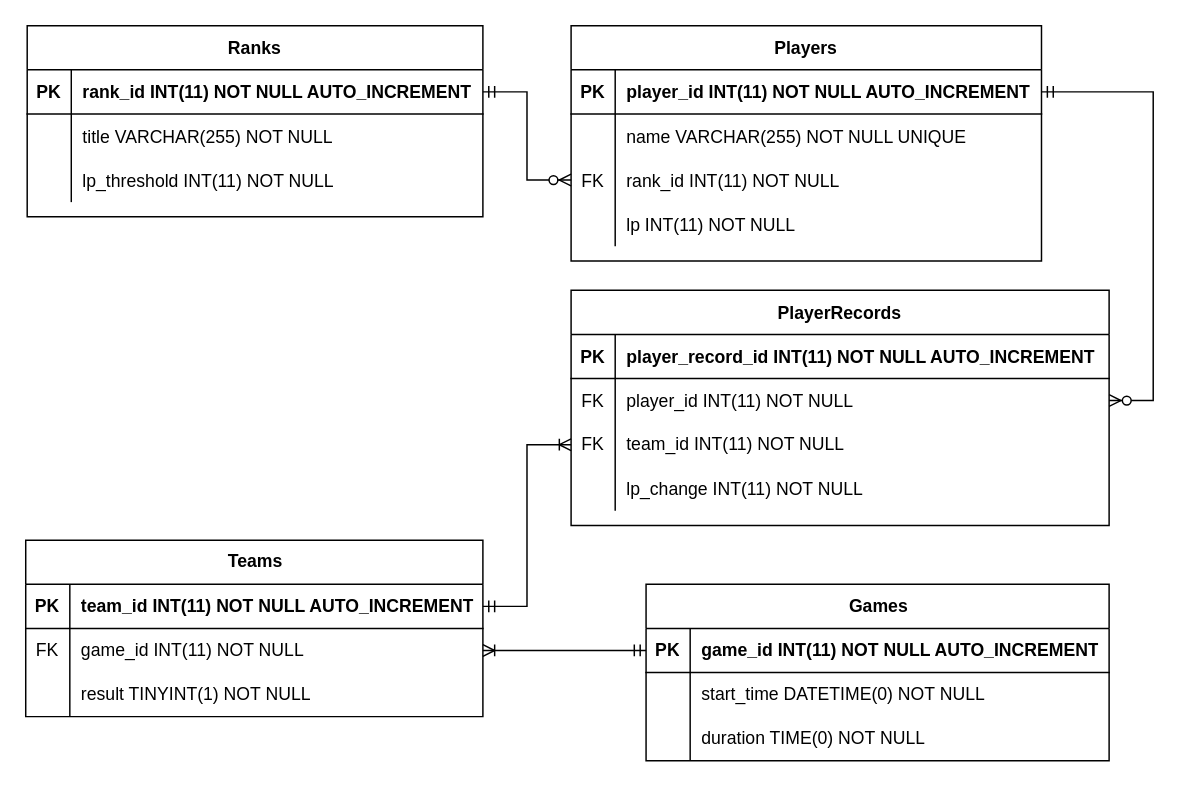
Before: ERD.drawio in sinogrimm/lol_project, a draw.io diagram. Source tidied: cells renumbered, new cells numbered last; positions are measured from the earlier drawing's top-left corner, leaving out a move shared by most shapes. Both pictures are drawn from the tidied source at 147%, with x=0, y=0 at pixel (25, 25).
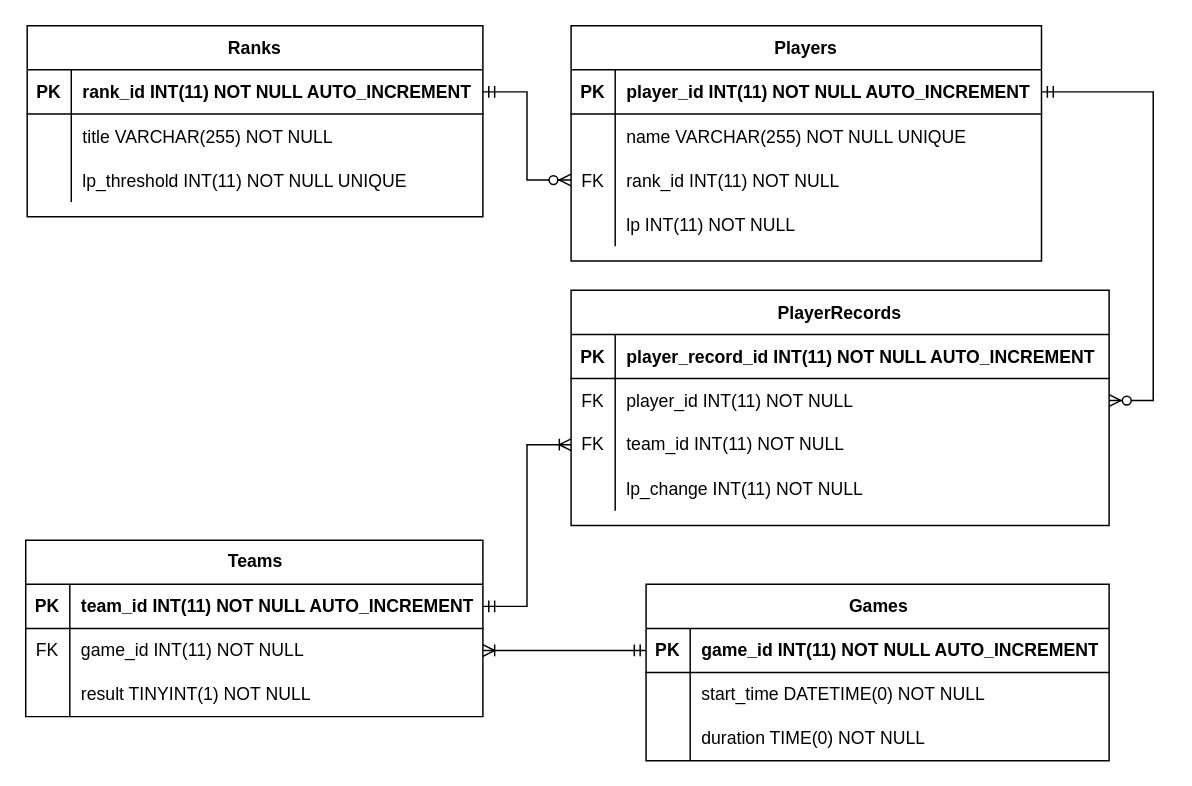
The same diagram, later.

Commit message:
added unique constraint to lp_threshold

The change refers to these unchanged cells:
```xml
<mxCell id="22" style="shape=tableRow;horizontal=0;startSize=0;swimlaneHead=0;swimlaneBody=0;fillColor=none;top=0;left=0;right=0;bottom=0;" parent="15" vertex="1">
  <mxGeometry y="90" width="310" height="30" as="geometry" />
</mxCell>
```

Diff of the diagram source:
```diff
@@
-    <mxCell id="24" value="lp_threshold INT(11) NOT NULL" style="shape=partialRectangle;fillColor=none;top=0;left=0;bottom=0;right=0;align=left;spacingLeft=6;overflow=hidden;" parent="22" vertex="1">
+    <mxCell id="24" value="lp_threshold INT(11) NOT NULL UNIQUE" style="shape=partialRectangle;fillColor=none;top=0;left=0;bottom=0;right=0;align=left;spacingLeft=6;overflow=hidden;" parent="22" vertex="1">
       <mxGeometry x="30" width="280" height="30" as="geometry" />
     </mxCell>
```
